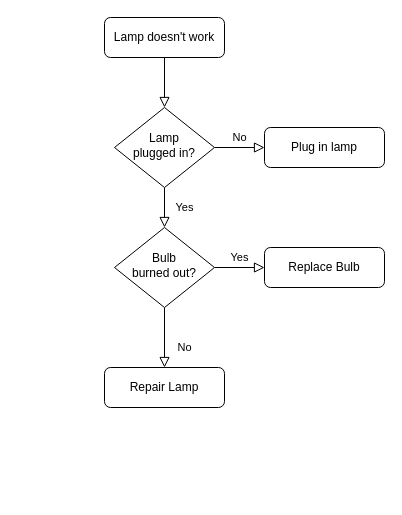
Remi329/PizzaJunctionMergedComponents keeps this draw.io diagram as core_functionalities.drawio. Above is the earlier version. Source tidied: cells renumbered, new cells numbered last; positions are measured from the earlier drawing's top-left corner, leaving out a move shared by most shapes. Both pictures are drawn from the tidied source at 100%, with x=0, y=0 at pixel (104, 17).
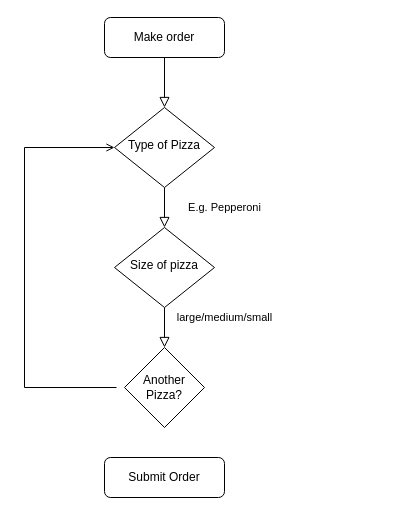
After the change.

Change to the diagram source:
```diff
@@
 <mxGraphModel>
   <root>
     <mxCell id="0" />
     <mxCell id="1" parent="0" />
     <mxCell id="2" style="rounded=0;html=1;jettySize=auto;fontSize=11;endArrow=block;endFill=0;endSize=8;strokeWidth=1;shadow=0;labelBackgroundColor=none;edgeStyle=orthogonalEdgeStyle;" parent="1" edge="1" source="3" target="6">
       <mxGeometry relative="1" as="geometry" />
     </mxCell>
-    <mxCell id="3" value="Lamp doesn't work" style="rounded=1;whiteSpace=wrap;html=1;fontSize=12;glass=0;strokeWidth=1;shadow=0;" parent="1" vertex="1">
+    <mxCell id="3" value="Make order" style="rounded=1;whiteSpace=wrap;html=1;fontSize=12;glass=0;strokeWidth=1;shadow=0;" parent="1" vertex="1">
       <mxGeometry width="120" height="40" as="geometry" />
     </mxCell>
-    <mxCell id="4" value="Yes" style="rounded=0;html=1;jettySize=auto;fontSize=11;endArrow=block;endFill=0;endSize=8;strokeWidth=1;shadow=0;labelBackgroundColor=none;edgeStyle=orthogonalEdgeStyle;" parent="1" edge="1" source="6" target="10">
-      <mxGeometry y="20" relative="1" as="geometry" />
+    <mxCell id="4" value="E.g. Pepperoni" style="rounded=0;html=1;jettySize=auto;fontSize=11;endArrow=block;endFill=0;endSize=8;strokeWidth=1;shadow=0;labelBackgroundColor=none;edgeStyle=orthogonalEdgeStyle;" parent="1" edge="1" source="6" target="10">
+      <mxGeometry y="60" relative="1" as="geometry" />
     </mxCell>
-    <mxCell id="5" value="No" style="edgeStyle=orthogonalEdgeStyle;rounded=0;html=1;jettySize=auto;fontSize=11;endArrow=block;endFill=0;endSize=8;strokeWidth=1;shadow=0;labelBackgroundColor=none;" parent="1" edge="1" source="6" target="7">
-      <mxGeometry y="10" relative="1" as="geometry" />
-    </mxCell>
-    <mxCell id="6" value="Lamp&lt;br&gt;plugged in?" style="rhombus;whiteSpace=wrap;html=1;shadow=0;fontFamily=Helvetica;fontSize=12;align=center;strokeWidth=1;spacing=6;spacingTop=-4;" parent="1" vertex="1">
+    <mxCell id="6" value="Type of Pizza" style="rhombus;whiteSpace=wrap;html=1;shadow=0;fontFamily=Helvetica;fontSize=12;align=center;strokeWidth=1;spacing=6;spacingTop=-4;" parent="1" vertex="1">
       <mxGeometry x="10" y="90" width="100" height="80" as="geometry" />
     </mxCell>
-    <mxCell id="7" value="Plug in lamp" style="rounded=1;whiteSpace=wrap;html=1;fontSize=12;glass=0;strokeWidth=1;shadow=0;" parent="1" vertex="1">
-      <mxGeometry x="160" y="110" width="120" height="40" as="geometry" />
-    </mxCell>
-    <mxCell id="8" value="No" style="rounded=0;html=1;jettySize=auto;fontSize=11;endArrow=block;endFill=0;endSize=8;strokeWidth=1;shadow=0;labelBackgroundColor=none;edgeStyle=orthogonalEdgeStyle;" parent="1" edge="1" source="10" target="11">
-      <mxGeometry x="0.33" y="20" relative="1" as="geometry" />
+    <mxCell id="8" value="large/medium/small" style="rounded=0;html=1;jettySize=auto;fontSize=11;endArrow=block;endFill=0;endSize=8;strokeWidth=1;shadow=0;labelBackgroundColor=none;edgeStyle=orthogonalEdgeStyle;entryX=0.5;entryY=0;entryDx=0;entryDy=0;" parent="1" edge="1" source="10" target="14">
+      <mxGeometry x="-0.5" y="60" relative="1" as="geometry" />
     </mxCell>
-    <mxCell id="9" value="Yes" style="edgeStyle=orthogonalEdgeStyle;rounded=0;html=1;jettySize=auto;fontSize=11;endArrow=block;endFill=0;endSize=8;strokeWidth=1;shadow=0;labelBackgroundColor=none;" parent="1" edge="1" source="10" target="12">
-      <mxGeometry y="10" relative="1" as="geometry" />
-    </mxCell>
-    <mxCell id="10" value="Bulb&lt;br&gt;burned out?" style="rhombus;whiteSpace=wrap;html=1;shadow=0;fontFamily=Helvetica;fontSize=12;align=center;strokeWidth=1;spacing=6;spacingTop=-4;" parent="1" vertex="1">
+    <mxCell id="10" value="Size of pizza" style="rhombus;whiteSpace=wrap;html=1;shadow=0;fontFamily=Helvetica;fontSize=12;align=center;strokeWidth=1;spacing=6;spacingTop=-4;" parent="1" vertex="1">
       <mxGeometry x="10" y="210" width="100" height="80" as="geometry" />
     </mxCell>
-    <mxCell id="11" value="Repair Lamp" style="rounded=1;whiteSpace=wrap;html=1;fontSize=12;glass=0;strokeWidth=1;shadow=0;" parent="1" vertex="1">
-      <mxGeometry y="350" width="120" height="40" as="geometry" />
+    <mxCell id="11" value="Submit Order" style="rounded=1;whiteSpace=wrap;html=1;fontSize=12;glass=0;strokeWidth=1;shadow=0;" parent="1" vertex="1">
+      <mxGeometry y="440" width="120" height="40" as="geometry" />
     </mxCell>
-    <mxCell id="12" value="Replace Bulb" style="rounded=1;whiteSpace=wrap;html=1;fontSize=12;glass=0;strokeWidth=1;shadow=0;" parent="1" vertex="1">
-      <mxGeometry x="160" y="230" width="120" height="40" as="geometry" />
-    </mxCell>
+    <mxCell id="13" style="edgeStyle=orthogonalEdgeStyle;rounded=0;jettySize=auto;html=1;entryX=0;entryY=0.5;entryDx=0;entryDy=0;endArrow=open;sourcePerimeterSpacing=8;targetPerimeterSpacing=8;" parent="1" edge="1" source="14" target="6">
+      <mxGeometry relative="1" as="geometry">
+        <Array as="points">
+          <mxPoint x="-80" y="370" />
+          <mxPoint x="-80" y="130" />
+        </Array>
+      </mxGeometry>
+    </mxCell>
+    <mxCell id="14" value="Another Pizza?" style="rhombus;whiteSpace=wrap;html=1;hachureGap=4;" parent="1" vertex="1">
+      <mxGeometry x="20" y="330" width="80" height="80" as="geometry" />
+    </mxCell>
   </root>
 </mxGraphModel>
```
